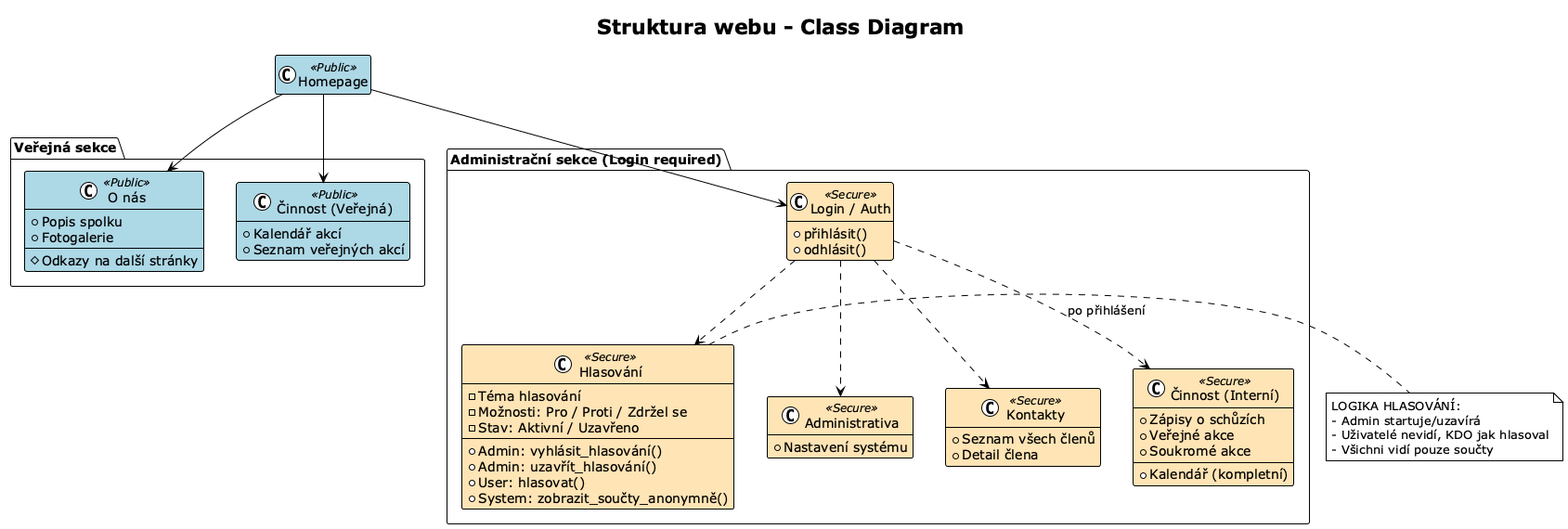
Earlier version of the PlantUML export docs/diagrams/Sitemap Diagram.png (jacky32/slovjani). Source of this version:
```plantuml
@startuml "Sitemap Diagram"
!theme plain
hide empty members

skinparam class {
    BackgroundColor<<Public>> LightBlue
    BackgroundColor<<Secure>> Moccasin
    BorderColor Black
}

title Struktura webu - Class Diagram

class "Homepage" as Home <<Public>>

package "Veřejná sekce" {
    class "O nás" as Onas <<Public>> {
        + Popis spolku
        + Fotogalerie
        --
        # Odkazy na další stránky
    }

    class "Činnost (Veřejná)" as CinnostPub <<Public>> {
        + Kalendář akcí
        + Seznam veřejných akcí
    }
}

package "Administrační sekce (Login required)" {
    class "Login / Auth" as Login <<Secure>> {
        + přihlásit()
        + odhlásit()
    }

    class "Administrativa" as AdminPage <<Secure>> {
        + Nastavení systému
    }

    class "Kontakty" as Kontakty <<Secure>> {
        + Seznam všech členů
        + Detail člena
    }

    class "Činnost (Interní)" as CinnostPriv <<Secure>> {
        + Zápisy o schůzích
        + Kalendář (kompletní)
        + Veřejné akce
        + Soukromé akce
    }

    class "Hlasování" as Hlasovani <<Secure>> {
        - Téma hlasování
        - Možnosti: Pro / Proti / Zdržel se
        - Stav: Aktivní / Uzavřeno
        --
        + Admin: vyhlásit_hlasování()
        + Admin: uzavřít_hlasování()
        + User: hlasovat()
        + System: zobrazit_součty_anonymně()
    }
}

Home --> Onas
Home --> CinnostPub
Home --> Login

Login ..> CinnostPriv : po přihlášení
Login ..> Hlasovani
Login ..> Kontakty
Login ..> AdminPage

note right of Hlasovani
  LOGIKA HLASOVÁNÍ:
  - Admin startuje/uzavírá
  - Uživatelé nevidí, KDO jak hlasoval
  - Všichni vidí pouze součty
end note

@enduml
```
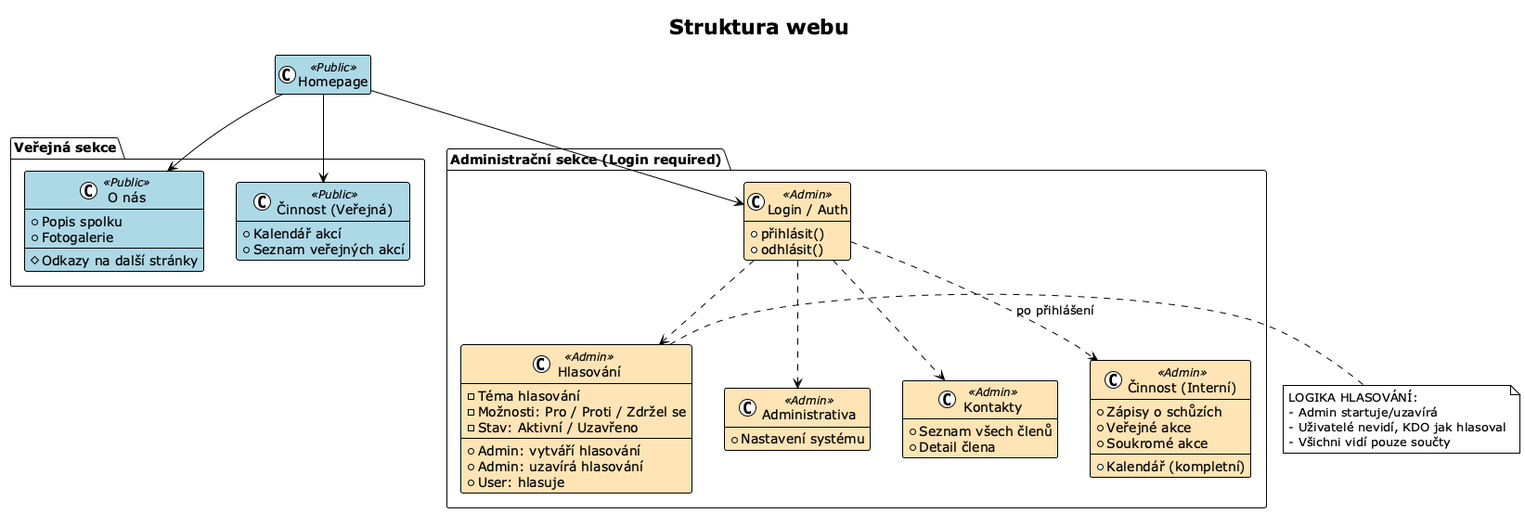
The same diagram one commit later.

Diff of the diagram source:
```diff
@@ -4,11 +4,11 @@
 
 skinparam class {
     BackgroundColor<<Public>> LightBlue
-    BackgroundColor<<Secure>> Moccasin
+    BackgroundColor<<Admin>> Moccasin
     BorderColor Black
 }
 
-title Struktura webu - Class Diagram
+title Struktura webu
 
 class "Homepage" as Home <<Public>>
 
@@ -27,36 +27,35 @@
 }
 
 package "Administrační sekce (Login required)" {
-    class "Login / Auth" as Login <<Secure>> {
+    class "Login / Auth" as Login <<Admin>> {
         + přihlásit()
         + odhlásit()
     }
 
-    class "Administrativa" as AdminPage <<Secure>> {
+    class "Administrativa" as AdminPage <<Admin>> {
         + Nastavení systému
     }
 
-    class "Kontakty" as Kontakty <<Secure>> {
+    class "Kontakty" as Kontakty <<Admin>> {
         + Seznam všech členů
         + Detail člena
     }
 
-    class "Činnost (Interní)" as CinnostPriv <<Secure>> {
+    class "Činnost (Interní)" as CinnostPriv <<Admin>> {
         + Zápisy o schůzích
         + Kalendář (kompletní)
         + Veřejné akce
         + Soukromé akce
     }
 
-    class "Hlasování" as Hlasovani <<Secure>> {
+    class "Hlasování" as Hlasovani <<Admin>> {
         - Téma hlasování
         - Možnosti: Pro / Proti / Zdržel se
         - Stav: Aktivní / Uzavřeno
         --
-        + Admin: vyhlásit_hlasování()
-        + Admin: uzavřít_hlasování()
-        + User: hlasovat()
-        + System: zobrazit_součty_anonymně()
+        + Admin: vytváří hlasování
+        + Admin: uzavírá hlasování
+        + User: hlasuje
     }
 }
 
```
